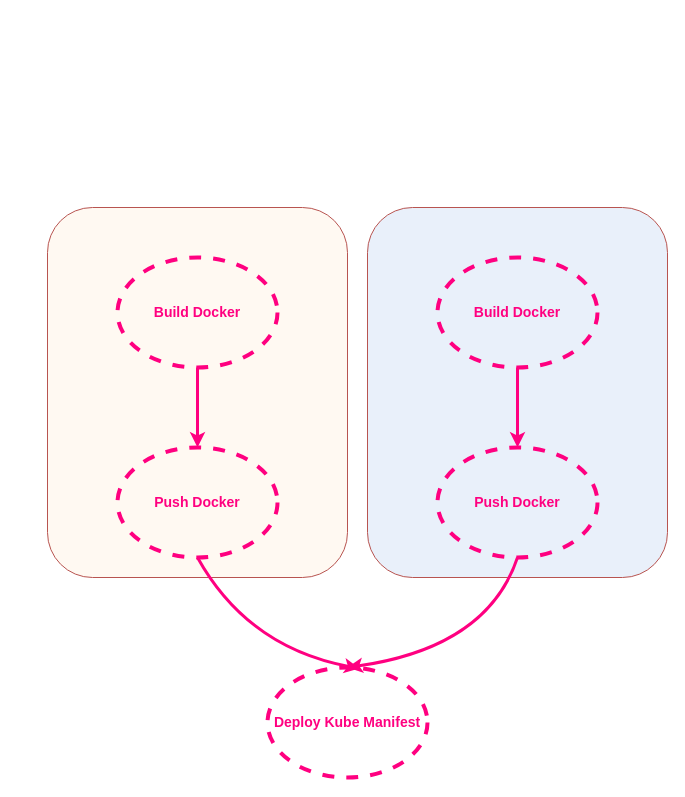
Above: dagger_examples/1/prez/ressources/draws/dag_fullapp.drawio in arnaud-soulie/dagger_demo (draw.io), before the change. Source tidied: cells renumbered, new cells numbered last; positions are measured from the earlier drawing's top-left corner, leaving out a move shared by most shapes. Both pictures are drawn from the tidied source at 100%, with x=0, y=0 at pixel (47, 207).
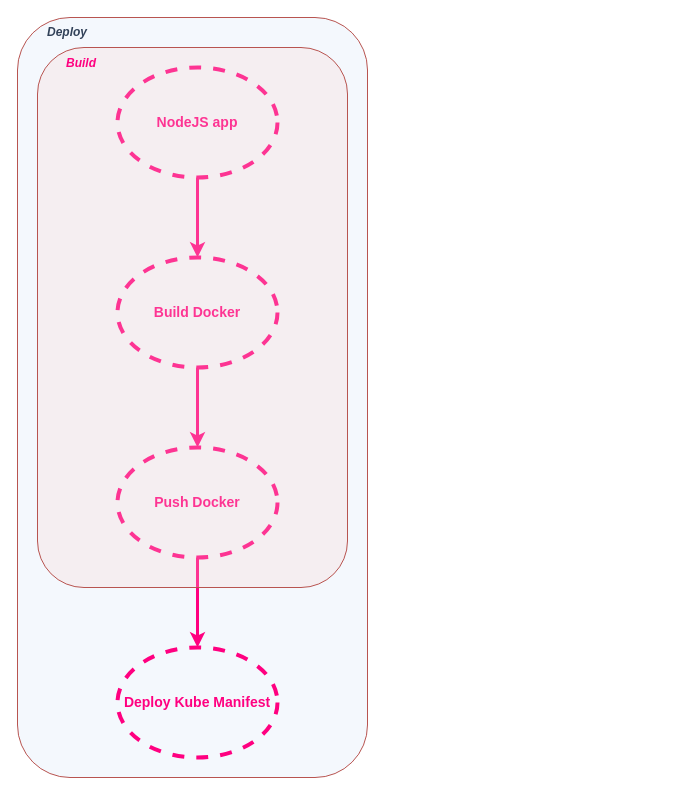
The same page after the edit.

The edit, as a diff of the source:
```diff
@@
 <mxGraphModel>
   <root>
     <mxCell id="0" />
     <mxCell id="1" parent="0" />
-    <mxCell id="2" style="rounded=1;whiteSpace=wrap;html=1;fillColor=#A9C4EB;strokeColor=#b85450;gradientColor=none;gradientDirection=north;fillOpacity=25;" parent="1" vertex="1">
-      <mxGeometry x="320" width="300" height="370" as="geometry" />
-    </mxCell>
-    <mxCell id="3" style="rounded=1;whiteSpace=wrap;html=1;fillColor=#FFE6CC;strokeColor=#b85450;gradientColor=none;gradientDirection=north;fillOpacity=25;" parent="1" vertex="1">
-      <mxGeometry width="300" height="370" as="geometry" />
-    </mxCell>
+    <mxCell id="13" style="rounded=1;whiteSpace=wrap;html=1;fillColor=#D4E1F5;strokeColor=#b85450;gradientColor=none;gradientDirection=north;fillOpacity=25;" parent="1" vertex="1">
+      <mxGeometry x="-30" y="-190" width="350" height="760" as="geometry" />
+    </mxCell>
     <mxCell id="4" value="Build Docker" style="ellipse;whiteSpace=wrap;html=1;fillColor=none;strokeColor=#FF0080;dashed=1;strokeWidth=4;fontColor=#FF0080;fontStyle=1;fontSize=14;" parent="1" vertex="1">
       <mxGeometry x="70" y="50" width="160" height="110" as="geometry" />
     </mxCell>
     <mxCell id="5" value="&lt;b&gt;Push Docker&lt;/b&gt;" style="ellipse;whiteSpace=wrap;html=1;fillColor=none;strokeColor=#FF0080;dashed=1;strokeWidth=4;fontColor=#FF0080;fontSize=14;" parent="1" vertex="1">
       <mxGeometry x="70" y="240" width="160" height="110" as="geometry" />
     </mxCell>
     <mxCell id="6" style="curved=1;endArrow=classic;html=1;exitX=0.5;exitY=1;exitDx=0;exitDy=0;strokeColor=#FF0080;strokeWidth=3;entryX=0.5;entryY=0;entryDx=0;entryDy=0;" parent="1" edge="1" source="4" target="5">
       <mxGeometry relative="1" as="geometry" />
     </mxCell>
-    <mxCell id="7" value="&lt;b&gt;Push Docker&lt;/b&gt;" style="ellipse;whiteSpace=wrap;html=1;fillColor=none;strokeColor=#FF0080;dashed=1;strokeWidth=4;fontColor=#FF0080;fontSize=14;" parent="1" vertex="1">
-      <mxGeometry x="390" y="240" width="160" height="110" as="geometry" />
-    </mxCell>
-    <mxCell id="8" style="curved=1;endArrow=classic;html=1;exitX=0.5;exitY=1;exitDx=0;exitDy=0;strokeColor=#FF0080;strokeWidth=3;entryX=0.5;entryY=0;entryDx=0;entryDy=0;" parent="1" edge="1" source="9" target="7">
-      <mxGeometry relative="1" as="geometry" />
-    </mxCell>
-    <mxCell id="9" value="Build Docker" style="ellipse;whiteSpace=wrap;html=1;fillColor=none;strokeColor=#FF0080;dashed=1;strokeWidth=4;fontColor=#FF0080;fontStyle=1;fontSize=14;" parent="1" vertex="1">
-      <mxGeometry x="390" y="50" width="160" height="110" as="geometry" />
-    </mxCell>
     <mxCell id="10" value="&lt;b&gt;Deploy Kube Manifest&lt;/b&gt;" style="ellipse;whiteSpace=wrap;html=1;fillColor=none;strokeColor=#FF0080;dashed=1;strokeWidth=4;fontColor=#FF0080;fontSize=14;" parent="1" vertex="1">
-      <mxGeometry x="220" y="460" width="160" height="110" as="geometry" />
+      <mxGeometry x="70" y="440" width="160" height="110" as="geometry" />
     </mxCell>
-    <mxCell id="11" style="curved=1;endArrow=classic;html=1;exitX=0.5;exitY=1;exitDx=0;exitDy=0;strokeColor=#FF0080;strokeWidth=3;entryX=0.575;entryY=0.009;entryDx=0;entryDy=0;entryPerimeter=0;" parent="1" edge="1" source="5" target="10">
-      <mxGeometry relative="1" as="geometry">
-        <Array as="points">
-          <mxPoint x="200" y="440" />
-        </Array>
-      </mxGeometry>
+    <mxCell id="11" style="curved=1;endArrow=classic;html=1;exitX=0.5;exitY=1;exitDx=0;exitDy=0;strokeColor=#FF0080;strokeWidth=3;entryX=0.5;entryY=0;entryDx=0;entryDy=0;" parent="1" edge="1" source="5" target="10">
+      <mxGeometry relative="1" as="geometry" />
     </mxCell>
-    <mxCell id="12" style="curved=1;endArrow=classic;html=1;strokeColor=#FF0080;strokeWidth=3;exitX=0.5;exitY=1;exitDx=0;exitDy=0;" parent="1" edge="1" source="7">
-      <mxGeometry relative="1" as="geometry">
-        <mxPoint x="300" y="460" as="targetPoint" />
-        <Array as="points">
-          <mxPoint x="440" y="440" />
-        </Array>
-      </mxGeometry>
-    </mxCell>
+    <mxCell id="14" value="NodeJS app" style="ellipse;whiteSpace=wrap;html=1;fillColor=none;strokeColor=#FF0080;dashed=1;strokeWidth=4;fontColor=#FF0080;fontStyle=1;fontSize=14;" parent="1" vertex="1">
+      <mxGeometry x="70" y="-140" width="160" height="110" as="geometry" />
+    </mxCell>
+    <mxCell id="15" style="curved=1;endArrow=classic;html=1;exitX=0.5;exitY=1;exitDx=0;exitDy=0;strokeColor=#FF0080;strokeWidth=3;entryX=0.5;entryY=0;entryDx=0;entryDy=0;" parent="1" edge="1" source="14" target="4">
+      <mxGeometry relative="1" as="geometry" />
+    </mxCell>
+    <mxCell id="16" style="rounded=1;whiteSpace=wrap;html=1;fillColor=#f8cecc;strokeColor=#b85450;gradientDirection=north;fillOpacity=25;" parent="1" vertex="1">
+      <mxGeometry x="-10" y="-160" width="310" height="540" as="geometry" />
+    </mxCell>
+    <mxCell id="17" value="&lt;i&gt;&lt;b&gt;&lt;font color=&quot;#ff0080&quot;&gt;Build&lt;/font&gt;&lt;/b&gt;&lt;/i&gt;" style="text;html=1;strokeColor=none;fillColor=none;align=center;verticalAlign=middle;whiteSpace=wrap;rounded=0;" parent="1" vertex="1">
+      <mxGeometry x="4" y="-159" width="60" height="30" as="geometry" />
+    </mxCell>
+    <mxCell id="18" value="&lt;i&gt;&lt;b&gt;&lt;font color=&quot;#324259&quot;&gt;Deploy&lt;/font&gt;&lt;/b&gt;&lt;/i&gt;" style="text;html=1;strokeColor=none;fillColor=none;align=center;verticalAlign=middle;whiteSpace=wrap;rounded=0;" parent="1" vertex="1">
+      <mxGeometry x="-10" y="-190" width="60" height="30" as="geometry" />
+    </mxCell>
   </root>
 </mxGraphModel>
```
